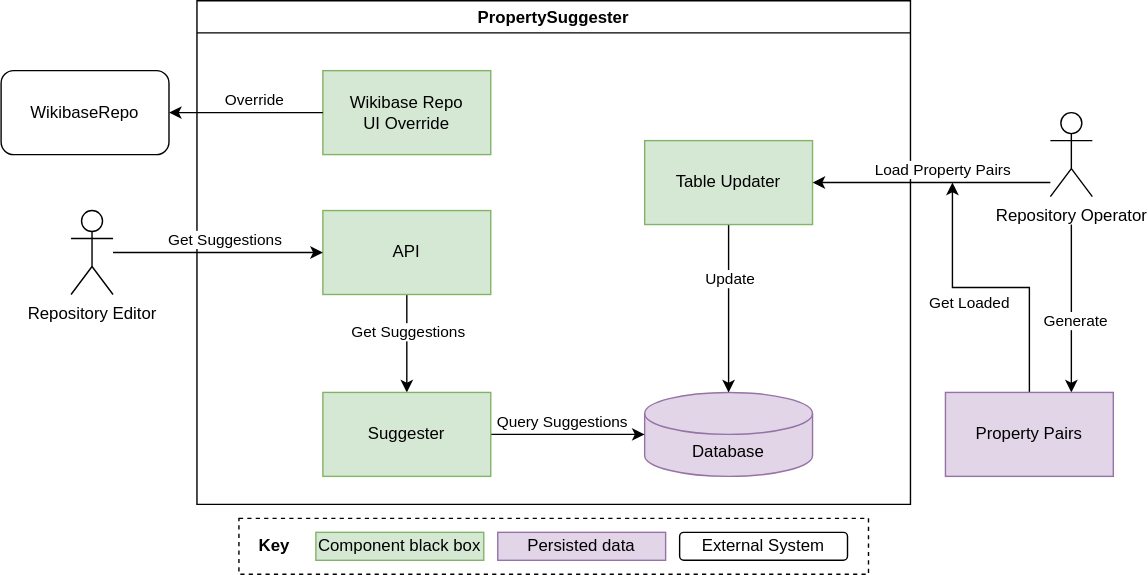
Before: systems/WikibaseRepo/diagrams/05-propertysuggester.drawio.svg, a diagram exported from draw.io (wmde/wikidata-wikibase-architecture). Source tidied: cells renumbered, new cells last; positions are measured from the earlier drawing's top-left corner, leaving out a move shared by most shapes. Its diagram source:
```xml
<mxGraphModel>
  <root>
    <mxCell id="0" />
    <mxCell id="1" parent="0" />
    <mxCell id="2" style="rounded=0;whiteSpace=wrap;html=1;fillColor=none;dashed=1;" parent="1" vertex="1">
      <mxGeometry x="170" y="370" width="450" height="40" as="geometry" />
    </mxCell>
    <mxCell id="3" value="PropertySuggester" style="swimlane;align=center;swimlaneLine=1;shadow=0;swimlaneFillColor=#ffffff;" parent="1" vertex="1">
      <mxGeometry x="140" width="510" height="360" as="geometry" />
    </mxCell>
    <mxCell id="4" style="edgeStyle=orthogonalEdgeStyle;rounded=0;jettySize=auto;html=1;entryX=0.5;entryY=0;entryDx=0;entryDy=0;" parent="3" edge="1" source="6" target="10">
      <mxGeometry relative="1" as="geometry" />
    </mxCell>
    <mxCell id="5" value="Get Suggestions" style="edgeLabel;html=1;align=center;verticalAlign=middle;" parent="4" vertex="1">
      <mxGeometry x="-0.26" relative="1" as="geometry" />
    </mxCell>
    <mxCell id="6" value="API" style="rounded=0;whiteSpace=wrap;html=1;align=center;fillColor=#d5e8d4;strokeColor=#82b366;" parent="3" vertex="1">
      <mxGeometry x="90" y="150" width="120" height="60" as="geometry" />
    </mxCell>
    <mxCell id="7" value="Database" style="shape=cylinder3;whiteSpace=wrap;html=1;boundedLbl=1;backgroundOutline=1;size=15;align=center;fillColor=#e1d5e7;strokeColor=#9673a6;" parent="3" vertex="1">
      <mxGeometry x="320" y="280" width="120" height="60" as="geometry" />
    </mxCell>
    <mxCell id="8" style="edgeStyle=orthogonalEdgeStyle;rounded=0;jettySize=auto;html=1;entryX=0;entryY=0.5;entryDx=0;entryDy=0;entryPerimeter=0;" parent="3" edge="1" source="10" target="7">
      <mxGeometry relative="1" as="geometry" />
    </mxCell>
    <mxCell id="9" value="Query Suggestions" style="edgeLabel;html=1;align=center;verticalAlign=middle;" parent="8" vertex="1">
      <mxGeometry x="-0.51" y="2" relative="1" as="geometry">
        <mxPoint x="23" y="-8" as="offset" />
      </mxGeometry>
    </mxCell>
    <mxCell id="10" value="Suggester" style="rounded=0;whiteSpace=wrap;html=1;align=center;fillColor=#d5e8d4;strokeColor=#82b366;" parent="3" vertex="1">
      <mxGeometry x="90" y="280" width="120" height="60" as="geometry" />
    </mxCell>
    <mxCell id="11" style="edgeStyle=orthogonalEdgeStyle;rounded=0;jettySize=auto;html=1;" parent="3" edge="1" source="13" target="7">
      <mxGeometry relative="1" as="geometry" />
    </mxCell>
    <mxCell id="12" value="Update" style="edgeLabel;html=1;align=center;verticalAlign=middle;" parent="11" vertex="1">
      <mxGeometry x="-0.17" y="-2" relative="1" as="geometry">
        <mxPoint x="2" y="-12" as="offset" />
      </mxGeometry>
    </mxCell>
    <mxCell id="13" value="Table Updater" style="rounded=0;whiteSpace=wrap;html=1;align=center;fillColor=#d5e8d4;strokeColor=#82b366;" parent="3" vertex="1">
      <mxGeometry x="320" y="100" width="120" height="60" as="geometry" />
    </mxCell>
    <mxCell id="14" value="Wikibase Repo&lt;br&gt;UI Override" style="rounded=0;whiteSpace=wrap;html=1;align=center;fillColor=#d5e8d4;strokeColor=#82b366;" parent="3" vertex="1">
      <mxGeometry x="90" y="50" width="120" height="60" as="geometry" />
    </mxCell>
    <mxCell id="15" style="edgeStyle=orthogonalEdgeStyle;rounded=0;jettySize=auto;html=1;entryX=1;entryY=0.5;entryDx=0;entryDy=0;" parent="1" edge="1" source="14" target="28">
      <mxGeometry relative="1" as="geometry" />
    </mxCell>
    <mxCell id="16" value="Override" style="edgeLabel;html=1;align=center;verticalAlign=middle;" parent="15" vertex="1">
      <mxGeometry x="0.16" y="2" relative="1" as="geometry">
        <mxPoint x="14" y="-12" as="offset" />
      </mxGeometry>
    </mxCell>
    <mxCell id="17" style="edgeStyle=orthogonalEdgeStyle;rounded=0;jettySize=auto;html=1;entryX=0;entryY=0.5;entryDx=0;entryDy=0;" parent="1" edge="1" source="21" target="6">
      <mxGeometry relative="1" as="geometry" />
    </mxCell>
    <mxCell id="18" value="Get Suggestions" style="edgeLabel;html=1;align=center;verticalAlign=middle;" parent="17" vertex="1">
      <mxGeometry x="-0.34" y="-2" relative="1" as="geometry">
        <mxPoint x="30" y="-12" as="offset" />
      </mxGeometry>
    </mxCell>
    <mxCell id="19" style="edgeStyle=orthogonalEdgeStyle;rounded=0;jettySize=auto;html=1;entryX=1;entryY=0.5;entryDx=0;entryDy=0;" parent="1" edge="1" source="24" target="13">
      <mxGeometry relative="1" as="geometry">
        <Array as="points">
          <mxPoint x="710" y="130" />
          <mxPoint x="710" y="130" />
        </Array>
      </mxGeometry>
    </mxCell>
    <mxCell id="20" value="Load Property Pairs" style="edgeLabel;html=1;align=center;verticalAlign=middle;" parent="19" vertex="1">
      <mxGeometry x="-0.22" relative="1" as="geometry">
        <mxPoint x="-12" y="-10" as="offset" />
      </mxGeometry>
    </mxCell>
    <mxCell id="21" value="Repository Editor" style="shape=umlActor;verticalLabelPosition=bottom;verticalAlign=top;html=1;outlineConnect=0;" parent="1" vertex="1">
      <mxGeometry x="50" y="150" width="30" height="60" as="geometry" />
    </mxCell>
    <mxCell id="22" style="edgeStyle=orthogonalEdgeStyle;rounded=0;jettySize=auto;html=1;entryX=0.75;entryY=0;entryDx=0;entryDy=0;" parent="1" edge="1" target="27">
      <mxGeometry relative="1" as="geometry">
        <mxPoint x="765" y="160" as="sourcePoint" />
      </mxGeometry>
    </mxCell>
    <mxCell id="23" value="Generate" style="edgeLabel;html=1;align=center;verticalAlign=middle;" parent="22" vertex="1">
      <mxGeometry x="0.13" y="2" relative="1" as="geometry" />
    </mxCell>
    <mxCell id="24" value="Repository Operator" style="shape=umlActor;verticalLabelPosition=bottom;verticalAlign=top;html=1;outlineConnect=0;" parent="1" vertex="1">
      <mxGeometry x="750" y="80" width="30" height="60" as="geometry" />
    </mxCell>
    <mxCell id="25" style="edgeStyle=orthogonalEdgeStyle;rounded=0;jettySize=auto;html=1;" parent="1" edge="1" source="27">
      <mxGeometry relative="1" as="geometry">
        <mxPoint x="680" y="130" as="targetPoint" />
      </mxGeometry>
    </mxCell>
    <mxCell id="26" value="Get Loaded" style="edgeLabel;html=1;align=center;verticalAlign=middle;" parent="25" vertex="1">
      <mxGeometry x="0.16" y="2" relative="1" as="geometry">
        <mxPoint y="8" as="offset" />
      </mxGeometry>
    </mxCell>
    <mxCell id="27" value="Property Pairs" style="rounded=0;whiteSpace=wrap;html=1;align=center;fillColor=#e1d5e7;strokeColor=#9673a6;" parent="1" vertex="1">
      <mxGeometry x="675" y="280" width="120" height="60" as="geometry" />
    </mxCell>
    <mxCell id="28" value="WikibaseRepo" style="rounded=1;whiteSpace=wrap;html=1;align=center;" parent="1" vertex="1">
      <mxGeometry y="50" width="120" height="60" as="geometry" />
    </mxCell>
    <mxCell id="29" value="&lt;b&gt;Key&lt;/b&gt;" style="text;html=1;align=center;verticalAlign=middle;strokeColor=none;" parent="1" vertex="1">
      <mxGeometry x="175" y="380" width="40" height="20" as="geometry" />
    </mxCell>
    <mxCell id="30" value="Component black box" style="rounded=0;whiteSpace=wrap;html=1;align=center;fillColor=#d5e8d4;strokeColor=#82b366;" parent="1" vertex="1">
      <mxGeometry x="225" y="380" width="120" height="20" as="geometry" />
    </mxCell>
    <mxCell id="31" value="Persisted data" style="rounded=0;whiteSpace=wrap;html=1;align=center;fillColor=#e1d5e7;strokeColor=#9673a6;" parent="1" vertex="1">
      <mxGeometry x="355" y="380" width="120" height="20" as="geometry" />
    </mxCell>
    <mxCell id="32" value="External System" style="rounded=1;whiteSpace=wrap;html=1;align=center;" parent="1" vertex="1">
      <mxGeometry x="485" y="380" width="120" height="20" as="geometry" />
    </mxCell>
  </root>
</mxGraphModel>
```
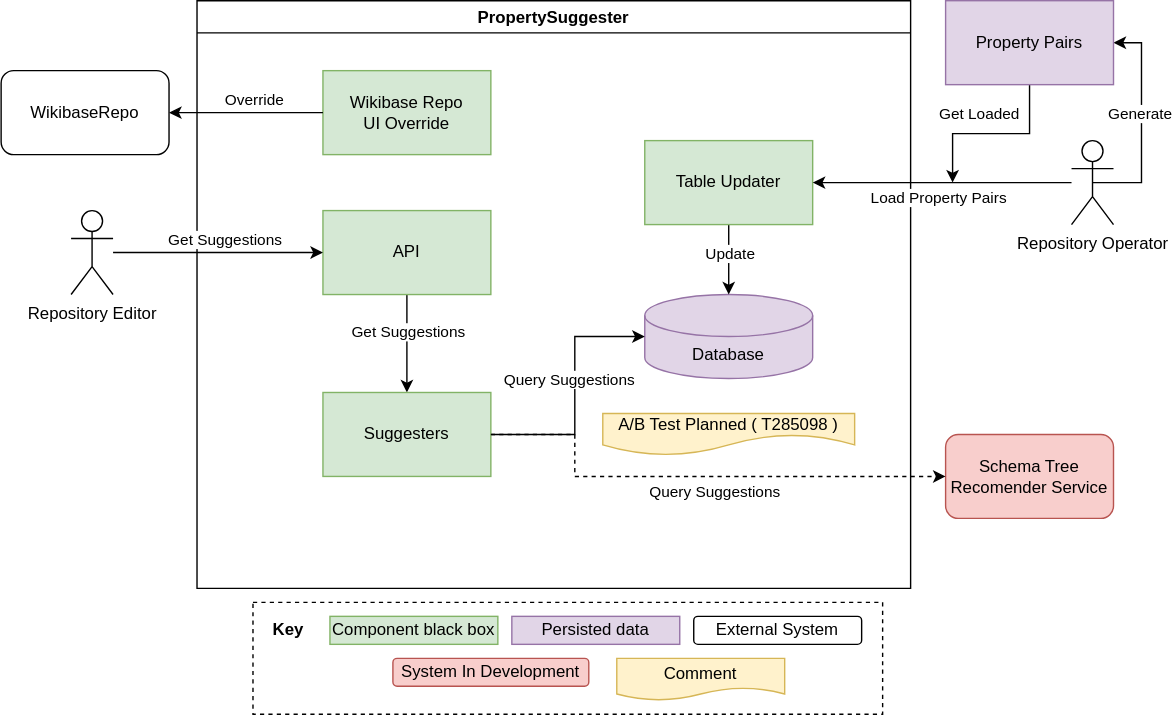
Above is the later version.

Commit message:
Add the latest additions to PropertySuggester

The edit, as a diff of the source:
```diff
@@ -3,10 +3,10 @@
     <mxCell id="0" />
     <mxCell id="1" parent="0" />
     <mxCell id="2" style="rounded=0;whiteSpace=wrap;html=1;fillColor=none;dashed=1;" parent="1" vertex="1">
-      <mxGeometry x="170" y="370" width="450" height="40" as="geometry" />
+      <mxGeometry x="180" y="430" width="450" height="80" as="geometry" />
     </mxCell>
     <mxCell id="3" value="PropertySuggester" style="swimlane;align=center;swimlaneLine=1;shadow=0;swimlaneFillColor=#ffffff;" parent="1" vertex="1">
-      <mxGeometry x="140" width="510" height="360" as="geometry" />
+      <mxGeometry x="140" width="510" height="420" as="geometry" />
     </mxCell>
     <mxCell id="4" style="edgeStyle=orthogonalEdgeStyle;rounded=0;jettySize=auto;html=1;entryX=0.5;entryY=0;entryDx=0;entryDy=0;" parent="3" edge="1" source="6" target="10">
       <mxGeometry relative="1" as="geometry" />
@@ -18,17 +18,22 @@
       <mxGeometry x="90" y="150" width="120" height="60" as="geometry" />
     </mxCell>
     <mxCell id="7" value="Database" style="shape=cylinder3;whiteSpace=wrap;html=1;boundedLbl=1;backgroundOutline=1;size=15;align=center;fillColor=#e1d5e7;strokeColor=#9673a6;" parent="3" vertex="1">
-      <mxGeometry x="320" y="280" width="120" height="60" as="geometry" />
+      <mxGeometry x="320" y="210" width="120" height="60" as="geometry" />
     </mxCell>
     <mxCell id="8" style="edgeStyle=orthogonalEdgeStyle;rounded=0;jettySize=auto;html=1;entryX=0;entryY=0.5;entryDx=0;entryDy=0;entryPerimeter=0;" parent="3" edge="1" source="10" target="7">
-      <mxGeometry relative="1" as="geometry" />
+      <mxGeometry relative="1" as="geometry">
+        <Array as="points">
+          <mxPoint x="270" y="310" />
+          <mxPoint x="270" y="240" />
+        </Array>
+      </mxGeometry>
     </mxCell>
     <mxCell id="9" value="Query Suggestions" style="edgeLabel;html=1;align=center;verticalAlign=middle;" parent="8" vertex="1">
       <mxGeometry x="-0.51" y="2" relative="1" as="geometry">
-        <mxPoint x="23" y="-8" as="offset" />
+        <mxPoint x="11" y="-38" as="offset" />
       </mxGeometry>
     </mxCell>
-    <mxCell id="10" value="Suggester" style="rounded=0;whiteSpace=wrap;html=1;align=center;fillColor=#d5e8d4;strokeColor=#82b366;" parent="3" vertex="1">
+    <mxCell id="10" value="Suggesters" style="rounded=0;whiteSpace=wrap;html=1;align=center;fillColor=#d5e8d4;strokeColor=#82b366;" parent="3" vertex="1">
       <mxGeometry x="90" y="280" width="120" height="60" as="geometry" />
     </mxCell>
     <mxCell id="11" style="edgeStyle=orthogonalEdgeStyle;rounded=0;jettySize=auto;html=1;" parent="3" edge="1" source="13" target="7">
@@ -36,7 +41,7 @@
     </mxCell>
     <mxCell id="12" value="Update" style="edgeLabel;html=1;align=center;verticalAlign=middle;" parent="11" vertex="1">
       <mxGeometry x="-0.17" y="-2" relative="1" as="geometry">
-        <mxPoint x="2" y="-12" as="offset" />
+        <mxPoint x="2" y="-1" as="offset" />
       </mxGeometry>
     </mxCell>
     <mxCell id="13" value="Table Updater" style="rounded=0;whiteSpace=wrap;html=1;align=center;fillColor=#d5e8d4;strokeColor=#82b366;" parent="3" vertex="1">
@@ -45,6 +50,12 @@
     <mxCell id="14" value="Wikibase Repo&lt;br&gt;UI Override" style="rounded=0;whiteSpace=wrap;html=1;align=center;fillColor=#d5e8d4;strokeColor=#82b366;" parent="3" vertex="1">
       <mxGeometry x="90" y="50" width="120" height="60" as="geometry" />
     </mxCell>
+    <mxCell id="33" value="Query Suggestions" style="edgeLabel;html=1;align=center;verticalAlign=middle;" parent="3" vertex="1">
+      <mxGeometry x="370" y="350" as="geometry" />
+    </mxCell>
+    <mxCell id="34" value="A/B Test Planned (&lt;a href=&quot;https://phabricator.wikimedia.org/T285098&quot;&gt;T285098&lt;/a&gt;)" style="shape=document;whiteSpace=wrap;html=1;boundedLbl=1;fillColor=#fff2cc;strokeColor=#d6b656;size=0.5;" parent="3" vertex="1">
+      <mxGeometry x="290" y="295" width="180" height="30" as="geometry" />
+    </mxCell>
     <mxCell id="15" style="edgeStyle=orthogonalEdgeStyle;rounded=0;jettySize=auto;html=1;entryX=1;entryY=0.5;entryDx=0;entryDy=0;" parent="1" edge="1" source="14" target="28">
       <mxGeometry relative="1" as="geometry" />
     </mxCell>
@@ -62,31 +73,31 @@
       </mxGeometry>
     </mxCell>
     <mxCell id="19" style="edgeStyle=orthogonalEdgeStyle;rounded=0;jettySize=auto;html=1;entryX=1;entryY=0.5;entryDx=0;entryDy=0;" parent="1" edge="1" source="24" target="13">
-      <mxGeometry relative="1" as="geometry">
-        <Array as="points">
-          <mxPoint x="710" y="130" />
-          <mxPoint x="710" y="130" />
-        </Array>
-      </mxGeometry>
+      <mxGeometry relative="1" as="geometry" />
     </mxCell>
     <mxCell id="20" value="Load Property Pairs" style="edgeLabel;html=1;align=center;verticalAlign=middle;" parent="19" vertex="1">
       <mxGeometry x="-0.22" relative="1" as="geometry">
-        <mxPoint x="-12" y="-10" as="offset" />
+        <mxPoint x="-24" y="10" as="offset" />
       </mxGeometry>
     </mxCell>
     <mxCell id="21" value="Repository Editor" style="shape=umlActor;verticalLabelPosition=bottom;verticalAlign=top;html=1;outlineConnect=0;" parent="1" vertex="1">
       <mxGeometry x="50" y="150" width="30" height="60" as="geometry" />
     </mxCell>
-    <mxCell id="22" style="edgeStyle=orthogonalEdgeStyle;rounded=0;jettySize=auto;html=1;entryX=0.75;entryY=0;entryDx=0;entryDy=0;" parent="1" edge="1" target="27">
-      <mxGeometry relative="1" as="geometry">
-        <mxPoint x="765" y="160" as="sourcePoint" />
-      </mxGeometry>
-    </mxCell>
+    <mxCell id="35" style="edgeStyle=orthogonalEdgeStyle;rounded=0;jettySize=auto;html=1;exitX=0.5;exitY=0.5;exitDx=0;exitDy=0;exitPerimeter=0;entryX=1;entryY=0.5;entryDx=0;entryDy=0;" parent="1" edge="1" source="24" target="27">
+      <mxGeometry relative="1" as="geometry">
+        <Array as="points">
+          <mxPoint x="815" y="130" />
+          <mxPoint x="815" y="30" />
+        </Array>
+      </mxGeometry>
+    </mxCell>
-    <mxCell id="23" value="Generate" style="edgeLabel;html=1;align=center;verticalAlign=middle;" parent="22" vertex="1">
-      <mxGeometry x="0.13" y="2" relative="1" as="geometry" />
+    <mxCell id="23" value="Generate" style="edgeLabel;html=1;align=center;verticalAlign=middle;" parent="35" vertex="1">
+      <mxGeometry x="0.02" y="2" relative="1" as="geometry">
+        <mxPoint y="-6" as="offset" />
+      </mxGeometry>
     </mxCell>
     <mxCell id="24" value="Repository Operator" style="shape=umlActor;verticalLabelPosition=bottom;verticalAlign=top;html=1;outlineConnect=0;" parent="1" vertex="1">
-      <mxGeometry x="750" y="80" width="30" height="60" as="geometry" />
+      <mxGeometry x="765" y="100" width="30" height="60" as="geometry" />
     </mxCell>
     <mxCell id="25" style="edgeStyle=orthogonalEdgeStyle;rounded=0;jettySize=auto;html=1;" parent="1" edge="1" source="27">
       <mxGeometry relative="1" as="geometry">
@@ -95,26 +106,43 @@
     </mxCell>
     <mxCell id="26" value="Get Loaded" style="edgeLabel;html=1;align=center;verticalAlign=middle;" parent="25" vertex="1">
       <mxGeometry x="0.16" y="2" relative="1" as="geometry">
-        <mxPoint y="8" as="offset" />
+        <mxPoint y="-17" as="offset" />
       </mxGeometry>
     </mxCell>
     <mxCell id="27" value="Property Pairs" style="rounded=0;whiteSpace=wrap;html=1;align=center;fillColor=#e1d5e7;strokeColor=#9673a6;" parent="1" vertex="1">
-      <mxGeometry x="675" y="280" width="120" height="60" as="geometry" />
+      <mxGeometry x="675" width="120" height="60" as="geometry" />
     </mxCell>
     <mxCell id="28" value="WikibaseRepo" style="rounded=1;whiteSpace=wrap;html=1;align=center;" parent="1" vertex="1">
       <mxGeometry y="50" width="120" height="60" as="geometry" />
     </mxCell>
     <mxCell id="29" value="&lt;b&gt;Key&lt;/b&gt;" style="text;html=1;align=center;verticalAlign=middle;strokeColor=none;" parent="1" vertex="1">
-      <mxGeometry x="175" y="380" width="40" height="20" as="geometry" />
+      <mxGeometry x="185" y="440" width="40" height="20" as="geometry" />
     </mxCell>
     <mxCell id="30" value="Component black box" style="rounded=0;whiteSpace=wrap;html=1;align=center;fillColor=#d5e8d4;strokeColor=#82b366;" parent="1" vertex="1">
-      <mxGeometry x="225" y="380" width="120" height="20" as="geometry" />
+      <mxGeometry x="235" y="440" width="120" height="20" as="geometry" />
     </mxCell>
     <mxCell id="31" value="Persisted data" style="rounded=0;whiteSpace=wrap;html=1;align=center;fillColor=#e1d5e7;strokeColor=#9673a6;" parent="1" vertex="1">
-      <mxGeometry x="355" y="380" width="120" height="20" as="geometry" />
+      <mxGeometry x="365" y="440" width="120" height="20" as="geometry" />
     </mxCell>
     <mxCell id="32" value="External System" style="rounded=1;whiteSpace=wrap;html=1;align=center;" parent="1" vertex="1">
-      <mxGeometry x="485" y="380" width="120" height="20" as="geometry" />
+      <mxGeometry x="495" y="440" width="120" height="20" as="geometry" />
     </mxCell>
+    <mxCell id="36" value="Schema Tree&lt;br&gt;Recomender Service" style="rounded=1;whiteSpace=wrap;html=1;align=center;fillColor=#f8cecc;strokeColor=#b85450;" parent="1" vertex="1">
+      <mxGeometry x="675" y="310" width="120" height="60" as="geometry" />
+    </mxCell>
+    <mxCell id="37" style="edgeStyle=orthogonalEdgeStyle;rounded=0;jettySize=auto;html=1;exitX=1;exitY=0.5;exitDx=0;exitDy=0;entryX=0;entryY=0.5;entryDx=0;entryDy=0;dashed=1;" parent="1" edge="1" source="10" target="36">
+      <mxGeometry relative="1" as="geometry">
+        <Array as="points">
+          <mxPoint x="410" y="310" />
+          <mxPoint x="410" y="340" />
+        </Array>
+      </mxGeometry>
+    </mxCell>
+    <mxCell id="38" value="System In Development" style="rounded=1;whiteSpace=wrap;html=1;align=center;fillColor=#f8cecc;strokeColor=#b85450;" parent="1" vertex="1">
+      <mxGeometry x="280" y="470" width="140" height="20" as="geometry" />
+    </mxCell>
+    <mxCell id="39" value="Comment" style="shape=document;whiteSpace=wrap;html=1;boundedLbl=1;fillColor=#fff2cc;strokeColor=#d6b656;" parent="1" vertex="1">
+      <mxGeometry x="440" y="470" width="120" height="30" as="geometry" />
+    </mxCell>
   </root>
 </mxGraphModel>
```
